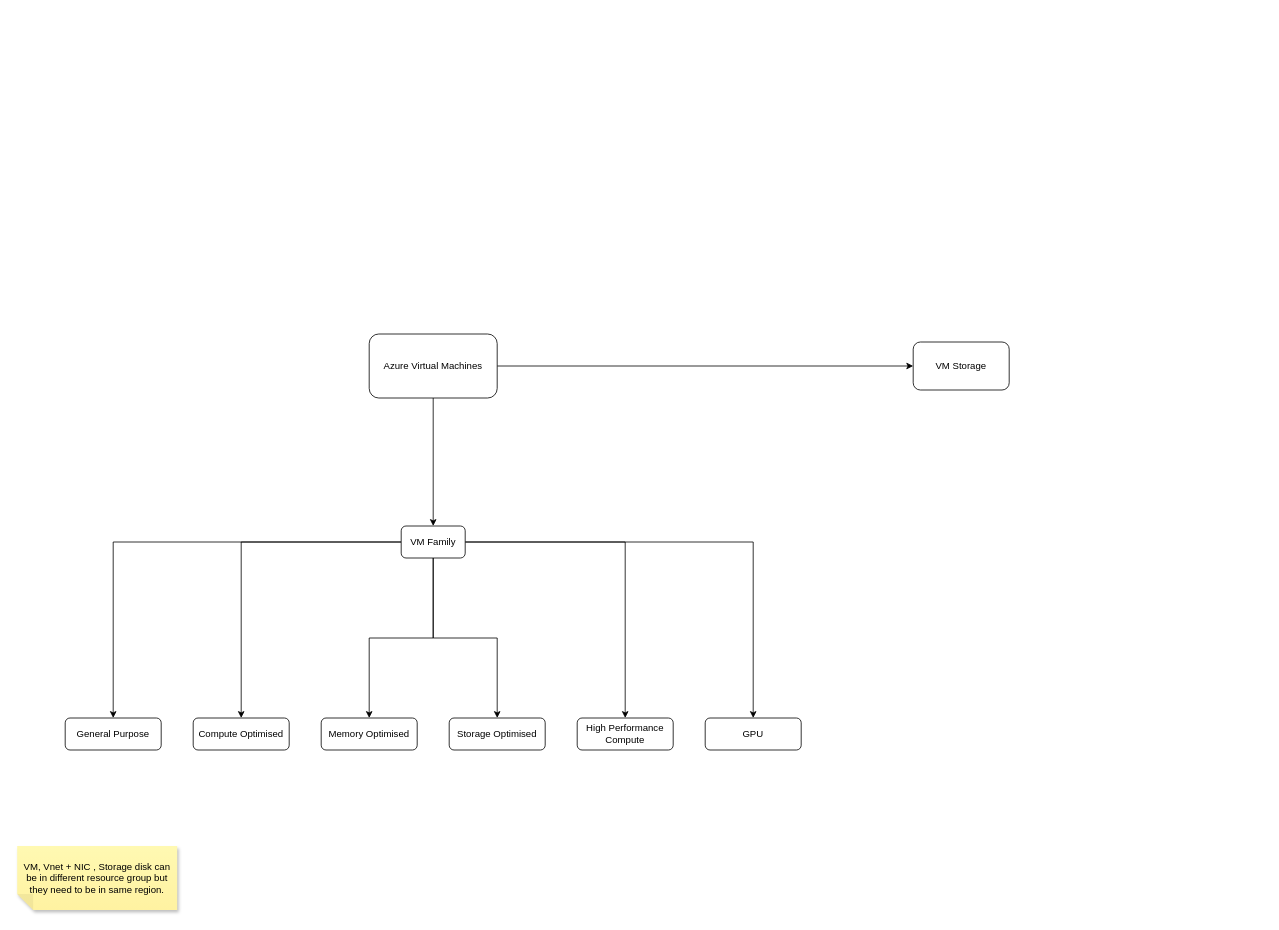
Earlier version of the draw.io diagram Cloud/Azure/Azure Virtual Machines.drawio (FilledVaccum/MindMaps). Source tidied: cells renumbered, new cells numbered last; positions are measured from the earlier drawing's top-left corner, leaving out a move shared by most shapes. Both pictures are drawn from the tidied source at 80%, with x=0, y=0 at pixel (17, 334).
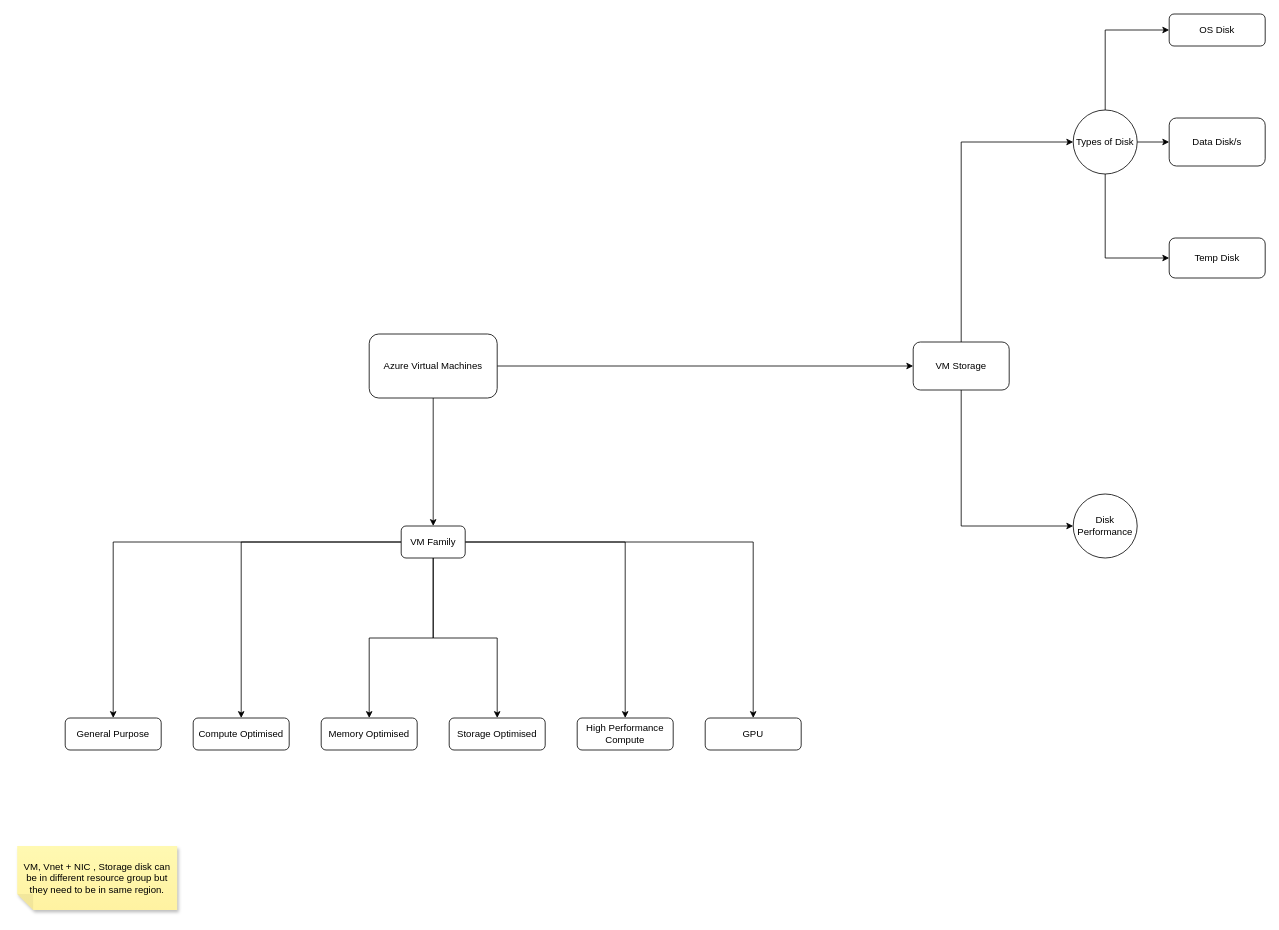
The same page after the edit.

Unchanged cells that the change refers to:
```xml
<mxCell id="19" value="VM Storage" style="whiteSpace=wrap;html=1;rounded=1;" parent="1" vertex="1">
  <mxGeometry x="1120" y="10" width="120" height="60" as="geometry" />
</mxCell>
```

The edit, as a diff of the source:
```diff
@@
+    <mxCell id="20" style="edgeStyle=orthogonalEdgeStyle;rounded=0;jettySize=auto;html=1;" parent="1" edge="1" source="19" target="25">
+      <mxGeometry relative="1" as="geometry">
+        <Array as="points">
+          <mxPoint x="1180" y="-240" />
+        </Array>
+      </mxGeometry>
+    </mxCell>
+    <mxCell id="21" style="edgeStyle=orthogonalEdgeStyle;rounded=0;jettySize=auto;html=1;entryX=0;entryY=0.5;entryDx=0;entryDy=0;" parent="1" edge="1" source="19" target="26">
+      <mxGeometry relative="1" as="geometry">
+        <Array as="points">
+          <mxPoint x="1180" y="240" />
+        </Array>
+      </mxGeometry>
+    </mxCell>
@@
+    <mxCell id="22" style="edgeStyle=orthogonalEdgeStyle;rounded=0;jettySize=auto;html=1;" parent="1" edge="1" source="25" target="27">
+      <mxGeometry relative="1" as="geometry">
+        <Array as="points">
+          <mxPoint x="1360" y="-380" />
+        </Array>
+      </mxGeometry>
+    </mxCell>
+    <mxCell id="23" style="edgeStyle=orthogonalEdgeStyle;rounded=0;jettySize=auto;html=1;" parent="1" edge="1" source="25" target="28">
+      <mxGeometry relative="1" as="geometry">
+        <Array as="points">
+          <mxPoint x="1360" y="-95" />
+        </Array>
+      </mxGeometry>
+    </mxCell>
+    <mxCell id="24" style="edgeStyle=orthogonalEdgeStyle;rounded=0;jettySize=auto;html=1;" parent="1" edge="1" source="25" target="29">
+      <mxGeometry relative="1" as="geometry" />
+    </mxCell>
+    <mxCell id="25" value="Types of Disk" style="ellipse;whiteSpace=wrap;html=1;rounded=1;" parent="1" vertex="1">
+      <mxGeometry x="1320" y="-280" width="80" height="80" as="geometry" />
+    </mxCell>
+    <mxCell id="26" value="Disk Performance" style="ellipse;whiteSpace=wrap;html=1;rounded=1;" parent="1" vertex="1">
+      <mxGeometry x="1320" y="200" width="80" height="80" as="geometry" />
+    </mxCell>
+    <mxCell id="27" value="OS Disk" style="whiteSpace=wrap;html=1;rounded=1;" parent="1" vertex="1">
+      <mxGeometry x="1440" y="-400" width="120" height="40" as="geometry" />
+    </mxCell>
+    <mxCell id="28" value="Temp Disk" style="whiteSpace=wrap;html=1;rounded=1;" parent="1" vertex="1">
+      <mxGeometry x="1440" y="-120" width="120" height="50" as="geometry" />
+    </mxCell>
+    <mxCell id="29" value="Data Disk/s" style="whiteSpace=wrap;html=1;rounded=1;" parent="1" vertex="1">
+      <mxGeometry x="1440" y="-270" width="120" height="60" as="geometry" />
+    </mxCell>
```
